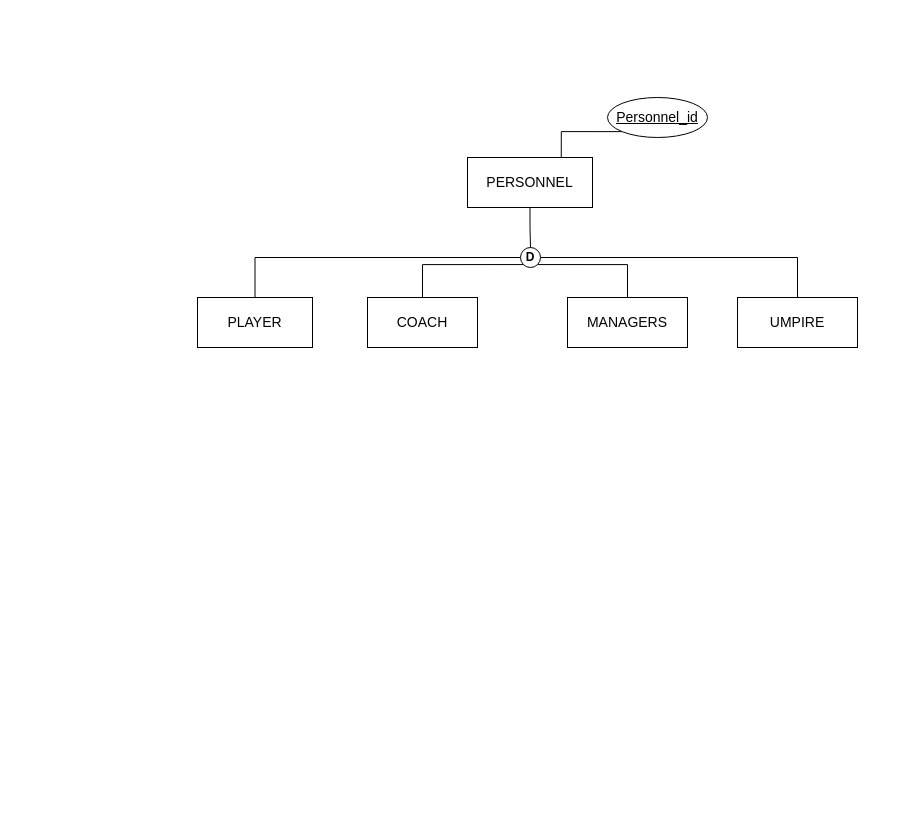
Before: page "4.30" (4 of 4) of Untitled Diagram.drawio in cloudyyoung/cpsc-471, a draw.io diagram. Source tidied: cells renumbered, new cells numbered last; positions are measured from the earlier drawing's top-left corner, leaving out a move shared by most shapes. Both pictures are drawn from the tidied source at 100%, with x=0, y=0 at pixel (197, 97).
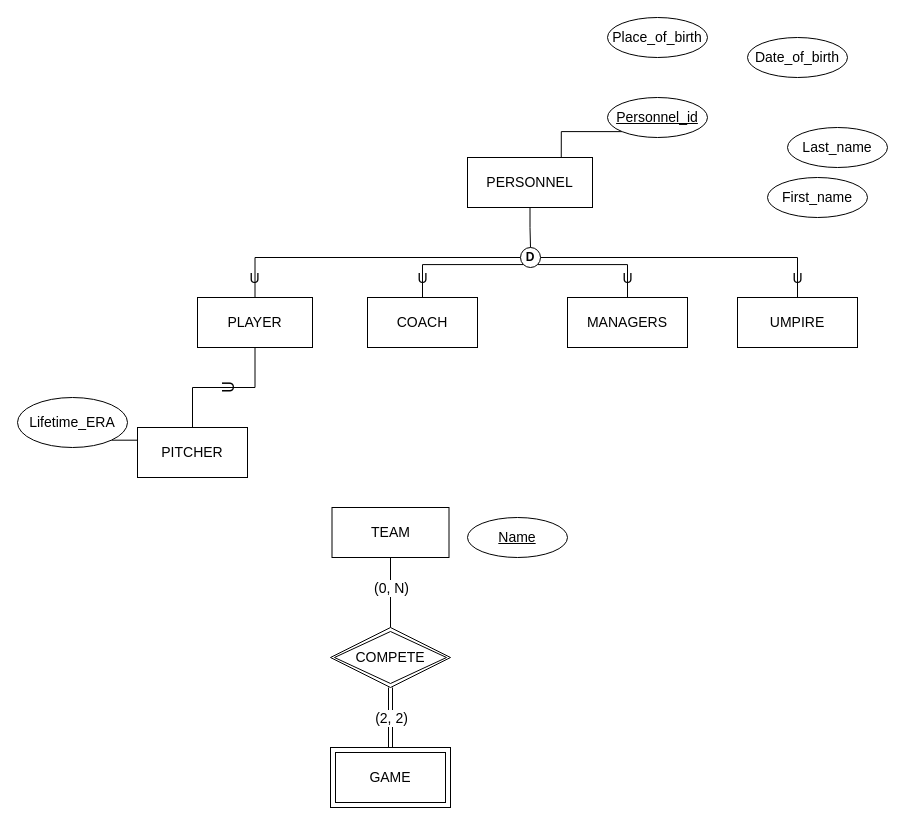
Above is the later version.

The change refers to these unchanged cells:
```xml
<mxCell id="2" value="PLAYER" style="whiteSpace=wrap;html=1;align=center;labelBackgroundColor=none;fontSize=14;" parent="1" vertex="1">
  <mxGeometry y="200" width="115" height="50" as="geometry" />
</mxCell>
<mxCell id="8" style="edgeStyle=orthogonalEdgeStyle;rounded=0;jettySize=auto;html=1;exitX=0;exitY=0.5;exitDx=0;exitDy=0;entryX=0.5;entryY=0;entryDx=0;entryDy=0;fontSize=14;endArrow=none;endFill=0;" parent="1" edge="1" source="12" target="2">
  <mxGeometry relative="1" as="geometry" />
</mxCell>
<mxCell id="9" style="edgeStyle=orthogonalEdgeStyle;rounded=0;jettySize=auto;html=1;exitX=1;exitY=0.5;exitDx=0;exitDy=0;fontSize=14;endArrow=none;endFill=0;" parent="1" edge="1" source="12" target="5">
  <mxGeometry relative="1" as="geometry" />
</mxCell>
<mxCell id="10" style="edgeStyle=orthogonalEdgeStyle;rounded=0;jettySize=auto;html=1;exitX=1;exitY=1;exitDx=0;exitDy=0;entryX=0.5;entryY=0;entryDx=0;entryDy=0;fontSize=14;endArrow=none;endFill=0;" parent="1" edge="1" source="12" target="4">
  <mxGeometry relative="1" as="geometry" />
</mxCell>
<mxCell id="11" style="edgeStyle=orthogonalEdgeStyle;rounded=0;jettySize=auto;html=1;exitX=0;exitY=1;exitDx=0;exitDy=0;entryX=0.5;entryY=0;entryDx=0;entryDy=0;fontSize=14;endArrow=none;endFill=0;" parent="1" edge="1" source="12" target="3">
  <mxGeometry relative="1" as="geometry" />
</mxCell>
```

What changed in the source:
```diff
@@
+    <mxCell id="15" style="edgeStyle=orthogonalEdgeStyle;rounded=0;jettySize=auto;html=1;entryX=0.5;entryY=0;entryDx=0;entryDy=0;fontSize=16;endArrow=none;endFill=0;" parent="1" edge="1" source="2" target="28">
+      <mxGeometry relative="1" as="geometry" />
+    </mxCell>
+    <mxCell id="16" value="&lt;font style=&quot;font-size: 16px&quot;&gt;U&lt;/font&gt;" style="edgeLabel;html=1;align=center;verticalAlign=middle;fontSize=16;labelBackgroundColor=none;rotation=-90;" parent="15" vertex="1">
+      <mxGeometry x="-0.22" y="4" relative="1" as="geometry">
+        <mxPoint x="-12" y="-3" as="offset" />
+      </mxGeometry>
+    </mxCell>
@@
+    <mxCell id="17" value="U" style="edgeLabel;html=1;align=center;verticalAlign=middle;fontSize=14;labelBackgroundColor=none;" parent="8" vertex="1">
+      <mxGeometry x="0.8" relative="1" as="geometry">
+        <mxPoint x="-1" y="11" as="offset" />
+      </mxGeometry>
+    </mxCell>
@@
+    <mxCell id="18" value="U" style="edgeLabel;html=1;align=center;verticalAlign=middle;fontSize=14;labelBackgroundColor=none;" parent="9" vertex="1">
+      <mxGeometry x="0.8" y="1" relative="1" as="geometry">
+        <mxPoint x="-2" y="10" as="offset" />
+      </mxGeometry>
+    </mxCell>
@@
+    <mxCell id="19" value="U" style="edgeLabel;html=1;align=center;verticalAlign=middle;fontSize=14;labelBackgroundColor=none;" parent="10" vertex="1">
+      <mxGeometry x="0.59" y="-2" relative="1" as="geometry">
+        <mxPoint x="1" y="5" as="offset" />
+      </mxGeometry>
+    </mxCell>
@@
+    <mxCell id="20" value="U" style="edgeLabel;html=1;align=center;verticalAlign=middle;fontSize=14;labelBackgroundColor=none;" parent="11" vertex="1">
+      <mxGeometry x="0.67" y="-1" relative="1" as="geometry">
+        <mxPoint y="2" as="offset" />
+      </mxGeometry>
+    </mxCell>
@@
+    <mxCell id="21" value="Place_of_birth" style="ellipse;whiteSpace=wrap;html=1;align=center;labelBackgroundColor=none;fontSize=14;" parent="1" vertex="1">
+      <mxGeometry x="410" y="-80" width="100" height="40" as="geometry" />
+    </mxCell>
+    <mxCell id="22" value="Date_of_birth" style="ellipse;whiteSpace=wrap;html=1;align=center;labelBackgroundColor=none;fontSize=14;" parent="1" vertex="1">
+      <mxGeometry x="550" y="-60" width="100" height="40" as="geometry" />
+    </mxCell>
+    <mxCell id="23" value="Last_name" style="ellipse;whiteSpace=wrap;html=1;align=center;labelBackgroundColor=none;fontSize=14;" parent="1" vertex="1">
+      <mxGeometry x="590" y="30" width="100" height="40" as="geometry" />
+    </mxCell>
+    <mxCell id="24" value="First_name" style="ellipse;whiteSpace=wrap;html=1;align=center;labelBackgroundColor=none;fontSize=14;" parent="1" vertex="1">
+      <mxGeometry x="570" y="80" width="100" height="40" as="geometry" />
+    </mxCell>
+    <mxCell id="25" style="edgeStyle=orthogonalEdgeStyle;rounded=0;jettySize=auto;html=1;fontSize=14;endArrow=none;endFill=0;entryX=0.5;entryY=0;entryDx=0;entryDy=0;" parent="1" edge="1" source="27" target="35">
+      <mxGeometry relative="1" as="geometry" />
+    </mxCell>
+    <mxCell id="26" value="(0, N)" style="edgeLabel;html=1;align=center;verticalAlign=middle;fontSize=14;" parent="25" vertex="1">
+      <mxGeometry x="-0.69" relative="1" as="geometry">
+        <mxPoint y="19" as="offset" />
+      </mxGeometry>
+    </mxCell>
+    <mxCell id="27" value="TEAM" style="whiteSpace=wrap;html=1;align=center;labelBackgroundColor=none;fontSize=14;" parent="1" vertex="1">
+      <mxGeometry x="134.5" y="410" width="117" height="50" as="geometry" />
+    </mxCell>
+    <mxCell id="28" value="PITCHER" style="whiteSpace=wrap;html=1;align=center;labelBackgroundColor=none;fontSize=14;" parent="1" vertex="1">
+      <mxGeometry x="-60" y="330" width="110" height="50" as="geometry" />
+    </mxCell>
+    <mxCell id="29" style="edgeStyle=orthogonalEdgeStyle;rounded=0;jettySize=auto;html=1;exitX=1;exitY=1;exitDx=0;exitDy=0;entryX=0;entryY=0.25;entryDx=0;entryDy=0;fontSize=16;endArrow=none;endFill=0;" parent="1" edge="1" source="30" target="28">
+      <mxGeometry relative="1" as="geometry" />
+    </mxCell>
+    <mxCell id="30" value="Lifetime_ERA" style="ellipse;whiteSpace=wrap;html=1;align=center;labelBackgroundColor=none;fontSize=14;" parent="1" vertex="1">
+      <mxGeometry x="-180" y="300" width="110" height="50" as="geometry" />
+    </mxCell>
+    <mxCell id="31" value="Name" style="ellipse;whiteSpace=wrap;html=1;align=center;fontStyle=4;labelBackgroundColor=none;fontSize=14;" parent="1" vertex="1">
+      <mxGeometry x="270" y="420" width="100" height="40" as="geometry" />
+    </mxCell>
+    <mxCell id="32" style="edgeStyle=orthogonalEdgeStyle;rounded=0;jettySize=auto;html=1;fontSize=14;endArrow=none;endFill=0;shape=link;" parent="1" edge="1" source="34" target="35">
+      <mxGeometry relative="1" as="geometry" />
+    </mxCell>
+    <mxCell id="33" value="(2, 2)" style="edgeLabel;html=1;align=center;verticalAlign=middle;fontSize=14;" parent="32" vertex="1">
+      <mxGeometry x="0.76" y="1" relative="1" as="geometry">
+        <mxPoint x="1" y="23" as="offset" />
+      </mxGeometry>
+    </mxCell>
+    <mxCell id="34" value="GAME" style="shape=ext;margin=3;double=1;whiteSpace=wrap;html=1;align=center;labelBackgroundColor=none;fontSize=14;" parent="1" vertex="1">
+      <mxGeometry x="133" y="650" width="120" height="60" as="geometry" />
+    </mxCell>
+    <mxCell id="35" value="COMPETE" style="shape=rhombus;double=1;perimeter=rhombusPerimeter;whiteSpace=wrap;html=1;align=center;labelBackgroundColor=none;fontSize=14;" parent="1" vertex="1">
+      <mxGeometry x="133" y="530" width="120" height="60" as="geometry" />
+    </mxCell>
```
